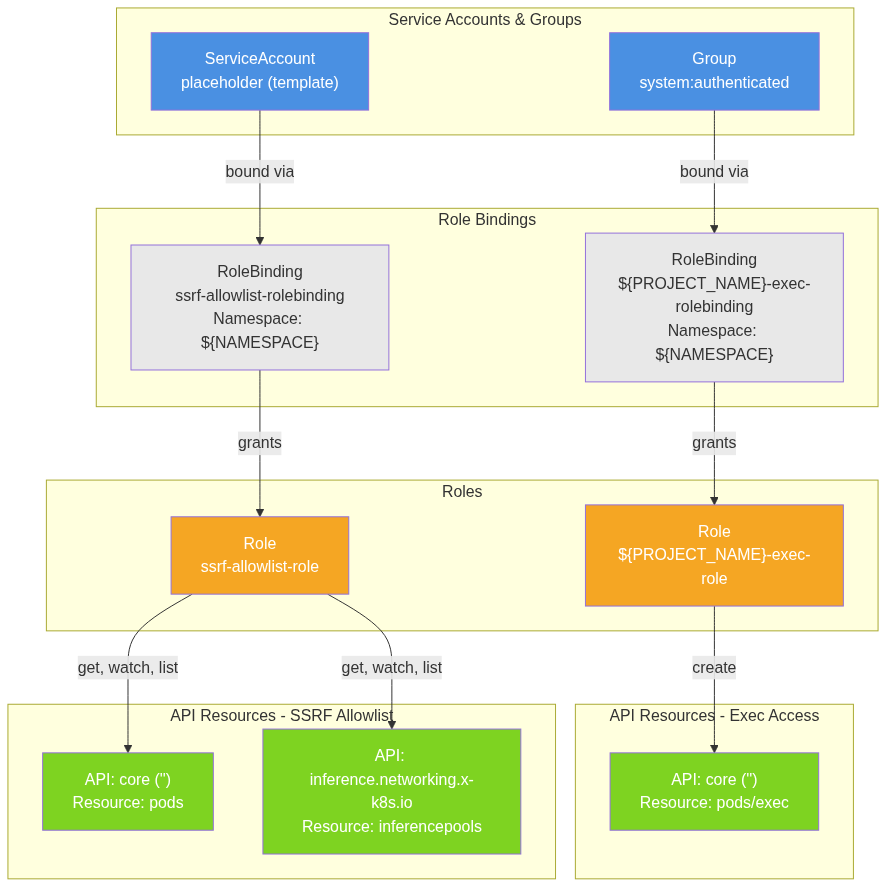
Earlier version of the Mermaid export architecture/rhoai.next/diagrams/llm-d-routing-sidecar-rbac.png (rhuss/architecture-context). Its source is kept beside it as architecture/rhoai.next/diagrams/llm-d-routing-sidecar-rbac.mmd.
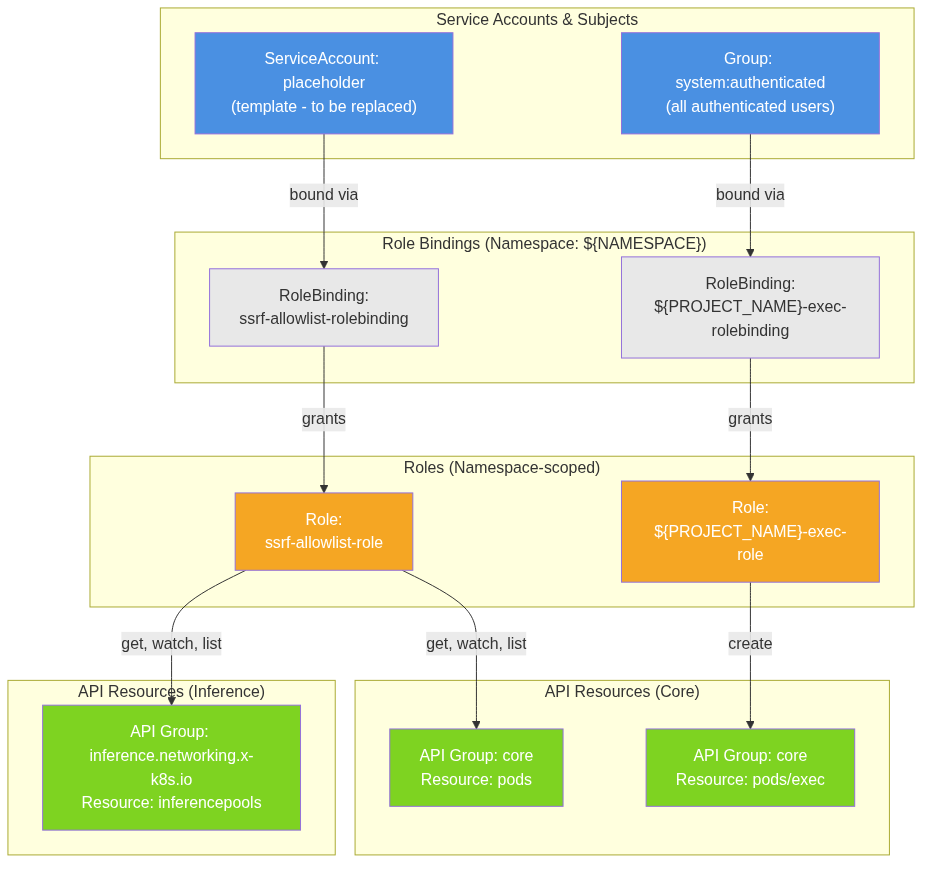
The same diagram one commit later.

What changed in the source:
```diff
@@ -1,43 +1,43 @@
 graph TD
-    subgraph "Service Accounts & Groups"
-        SA_Placeholder["ServiceAccount<br/>placeholder (template)"]
-        Group_Auth["Group<br/>system:authenticated"]
+    subgraph "Service Accounts & Subjects"
+        SA_Placeholder["ServiceAccount: placeholder<br/>(template - to be replaced)"]
+        Group_Auth["Group: system:authenticated<br/>(all authenticated users)"]
     end
 
-    subgraph "Role Bindings"
-        RB_Exec["RoleBinding<br/>${PROJECT_NAME}-exec-rolebinding<br/>Namespace: ${NAMESPACE}"]
-        RB_SSRF["RoleBinding<br/>ssrf-allowlist-rolebinding<br/>Namespace: ${NAMESPACE}"]
+    subgraph "Role Bindings (Namespace: ${NAMESPACE})"
+        RB_Exec["RoleBinding:<br/>${PROJECT_NAME}-exec-rolebinding"]
+        RB_SSRF["RoleBinding:<br/>ssrf-allowlist-rolebinding"]
     end
 
-    subgraph "Roles"
-        Role_Exec["Role<br/>${PROJECT_NAME}-exec-role"]
-        Role_SSRF["Role<br/>ssrf-allowlist-role"]
+    subgraph "Roles (Namespace-scoped)"
+        R_Exec["Role:<br/>${PROJECT_NAME}-exec-role"]
+        R_SSRF["Role:<br/>ssrf-allowlist-role"]
     end
 
-    subgraph "API Resources - Exec Access"
-        PodsExec["API: core ('')<br/>Resource: pods/exec"]
+    subgraph "API Resources (Core)"
+        PodsExec["API Group: core<br/>Resource: pods/exec"]
+        Pods["API Group: core<br/>Resource: pods"]
     end
 
-    subgraph "API Resources - SSRF Allowlist"
-        Pods["API: core ('')<br/>Resource: pods"]
-        InferencePools["API: inference.networking.x-k8s.io<br/>Resource: inferencepools"]
+    subgraph "API Resources (Inference)"
+        InferencePools["API Group: inference.networking.x-k8s.io<br/>Resource: inferencepools"]
     end
 
     Group_Auth -->|"bound via"| RB_Exec
-    RB_Exec -->|"grants"| Role_Exec
-    Role_Exec -->|"create"| PodsExec
+    RB_Exec -->|"grants"| R_Exec
+    R_Exec -->|"create"| PodsExec
 
     SA_Placeholder -->|"bound via"| RB_SSRF
-    RB_SSRF -->|"grants"| Role_SSRF
-    Role_SSRF -->|"get, watch, list"| Pods
-    Role_SSRF -->|"get, watch, list"| InferencePools
+    RB_SSRF -->|"grants"| R_SSRF
+    R_SSRF -->|"get, watch, list"| Pods
+    R_SSRF -->|"get, watch, list"| InferencePools
 
     style SA_Placeholder fill:#4a90e2,color:#fff
     style Group_Auth fill:#4a90e2,color:#fff
+    style R_Exec fill:#f5a623,color:#fff
+    style R_SSRF fill:#f5a623,color:#fff
     style RB_Exec fill:#e8e8e8
     style RB_SSRF fill:#e8e8e8
-    style Role_Exec fill:#f5a623,color:#fff
-    style Role_SSRF fill:#f5a623,color:#fff
     style PodsExec fill:#7ed321,color:#fff
     style Pods fill:#7ed321,color:#fff
     style InferencePools fill:#7ed321,color:#fff
```
